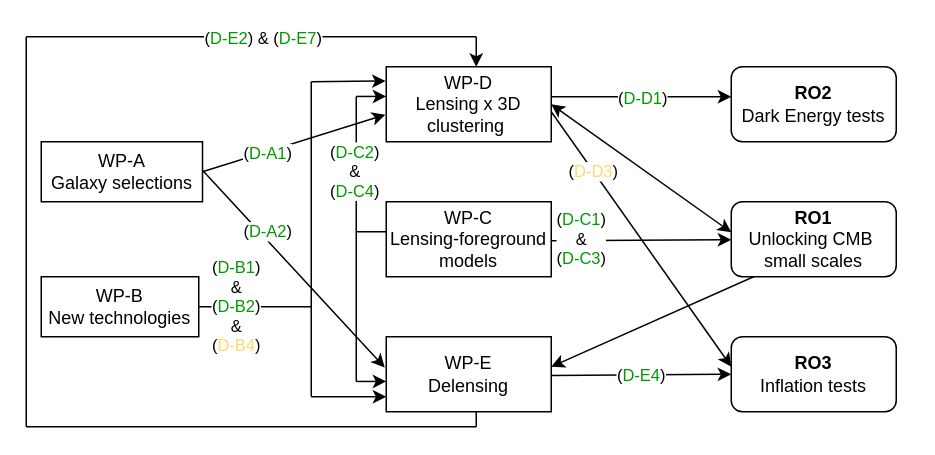
The draw.io diagram Untitled Diagram.drawio in abaleato/CV, before the edit. Source tidied: cells renumbered, new cells numbered last; positions are measured from the earlier drawing's top-left corner, leaving out a move shared by most shapes. Both pictures are drawn from the tidied source at 150%, with x=0, y=0 at pixel (26, 36).
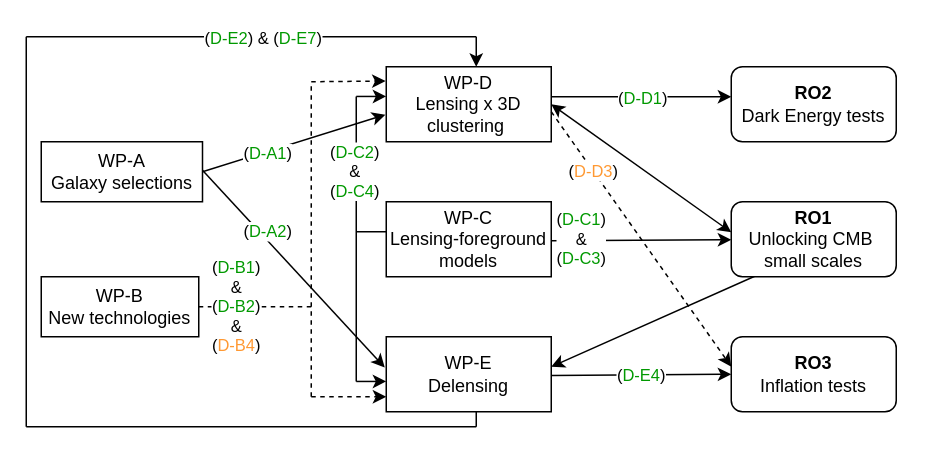
After the change.

Unchanged cells that the change refers to:
```xml
<mxCell id="3" value="&lt;b&gt;RO3&lt;/b&gt;&lt;div&gt;Inflation tests&lt;/div&gt;" style="rounded=1;whiteSpace=wrap;html=1;" parent="1" vertex="1">
  <mxGeometry x="470" y="200" width="110" height="50" as="geometry" />
</mxCell>
<mxCell id="7" value="WP-D&lt;div&gt;Lensing x 3D clustering&amp;nbsp;&lt;/div&gt;" style="rounded=0;whiteSpace=wrap;html=1;" parent="1" vertex="1">
  <mxGeometry x="240" y="20" width="110" height="50" as="geometry" />
</mxCell>
```

The edit, as a diff of the source:
```diff
@@
-    <mxCell id="17" style="endArrow=none;html=1;rounded=0;" parent="1" edge="1">
+    <mxCell id="17" style="endArrow=none;html=1;rounded=0;dashed=1;" parent="1" edge="1">
       <mxGeometry relative="1" as="geometry">
         <mxPoint x="190" y="240" as="sourcePoint" />
         <mxPoint x="190" y="30" as="targetPoint" />
       </mxGeometry>
     </mxCell>
-    <mxCell id="18" style="endArrow=classic;html=1;rounded=0;entryX=-0.004;entryY=0.19;entryDx=0;entryDy=0;entryPerimeter=0;" parent="1" edge="1" target="7">
+    <mxCell id="18" style="endArrow=classic;html=1;rounded=0;entryX=-0.004;entryY=0.19;entryDx=0;entryDy=0;entryPerimeter=0;dashed=1;" parent="1" edge="1" target="7">
       <mxGeometry relative="1" as="geometry">
         <mxPoint x="190" y="30" as="sourcePoint" />
       </mxGeometry>
     </mxCell>
-    <mxCell id="19" style="endArrow=classic;html=1;rounded=0;entryX=-0.004;entryY=0.19;entryDx=0;entryDy=0;entryPerimeter=0;" parent="1" edge="1">
+    <mxCell id="19" style="endArrow=classic;html=1;rounded=0;entryX=-0.004;entryY=0.19;entryDx=0;entryDy=0;entryPerimeter=0;dashed=1;" parent="1" edge="1">
       <mxGeometry relative="1" as="geometry">
         <mxPoint x="190" y="240" as="sourcePoint" />
         <mxPoint x="240" y="240" as="targetPoint" />
       </mxGeometry>
     </mxCell>
-    <mxCell id="20" value="(&lt;span style=&quot;color: rgb(0, 153, 0);&quot;&gt;D-B1&lt;/span&gt;&lt;span style=&quot;color: rgb(0, 0, 0);&quot;&gt;)&lt;/span&gt;&lt;div&gt;&amp;amp;&lt;/div&gt;&lt;div&gt;&lt;span style=&quot;color: rgb(0, 153, 0);&quot;&gt;&lt;span style=&quot;color: rgb(0, 0, 0);&quot;&gt;(&lt;/span&gt;D-B2&lt;/span&gt;)&lt;/div&gt;&lt;div&gt;&lt;div&gt;&amp;amp;&lt;/div&gt;&lt;div&gt;&lt;span&gt;&lt;span style=&quot;color: rgb(0, 0, 0);&quot;&gt;(&lt;/span&gt;&lt;span style=&quot;color: rgb(255, 217, 102);&quot;&gt;D-B4&lt;/span&gt;&lt;/span&gt;)&lt;/div&gt;&lt;/div&gt;" style="endArrow=none;html=1;rounded=0;" parent="1" edge="1">
-      <mxGeometry x="-0.33" relative="1" as="geometry">
+    <mxCell id="20" value="(&lt;span style=&quot;color: rgb(0, 153, 0);&quot;&gt;D-B1&lt;/span&gt;&lt;span style=&quot;color: rgb(0, 0, 0);&quot;&gt;)&lt;/span&gt;&lt;div&gt;&amp;amp;&lt;/div&gt;&lt;div&gt;&lt;span style=&quot;color: rgb(0, 153, 0);&quot;&gt;&lt;span style=&quot;color: rgb(0, 0, 0);&quot;&gt;(&lt;/span&gt;D-B2&lt;/span&gt;)&lt;/div&gt;&lt;div&gt;&lt;div&gt;&amp;amp;&lt;/div&gt;&lt;div&gt;&lt;span&gt;&lt;span style=&quot;color: rgb(0, 0, 0);&quot;&gt;(&lt;/span&gt;&lt;span style=&quot;color: rgb(255, 153, 51);&quot;&gt;D-B4&lt;/span&gt;&lt;/span&gt;)&lt;/div&gt;&lt;/div&gt;" style="endArrow=none;html=1;rounded=0;dashed=1;" parent="1" edge="1">
+      <mxGeometry x="-0.34" relative="1" as="geometry">
         <mxPoint x="115" y="180" as="sourcePoint" />
         <mxPoint x="190" y="180" as="targetPoint" />
       </mxGeometry>
     </mxCell>
@@
-    <mxCell id="23" style="endArrow=classic;html=1;rounded=0;entryX=0;entryY=0.398;entryDx=0;entryDy=0;entryPerimeter=0;" parent="1" edge="1" target="3">
+    <mxCell id="23" style="endArrow=classic;html=1;rounded=0;entryX=0;entryY=0.398;entryDx=0;entryDy=0;entryPerimeter=0;dashed=1;" parent="1" edge="1" target="3">
       <mxGeometry relative="1" as="geometry">
         <mxPoint x="350" y="50" as="sourcePoint" />
       </mxGeometry>
     </mxCell>
-    <mxCell id="24" value="(&lt;span style=&quot;color: rgb(255, 215, 114);&quot;&gt;D-D3&lt;/span&gt;)" style="edgeLabel;html=1;align=center;verticalAlign=middle;" parent="23" vertex="1">
+    <mxCell id="24" value="(&lt;span style=&quot;color: rgb(255, 153, 51);&quot;&gt;D-D3&lt;/span&gt;)" style="edgeLabel;html=1;align=center;verticalAlign=middle;" parent="23" vertex="1">
       <mxGeometry relative="1" as="geometry">
         <mxPoint x="-32" y="-45" as="offset" />
       </mxGeometry>
     </mxCell>
```
